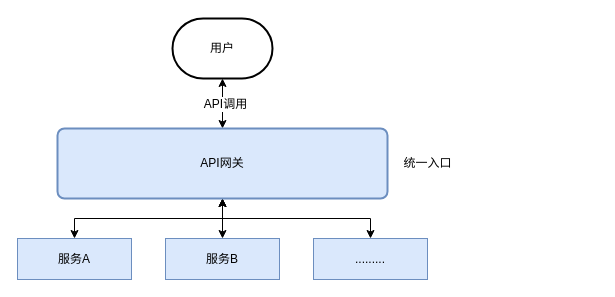
Above: file/drawio/服务网关.drawio in hsiong/project-spring-cloud-alibaba-practice (draw.io), before the change. Source tidied: cells renumbered, new cells numbered last; positions are measured from the earlier drawing's top-left corner, leaving out a move shared by most shapes. Both pictures are drawn from the tidied source at 100%, with x=0, y=0 at pixel (17, 18).
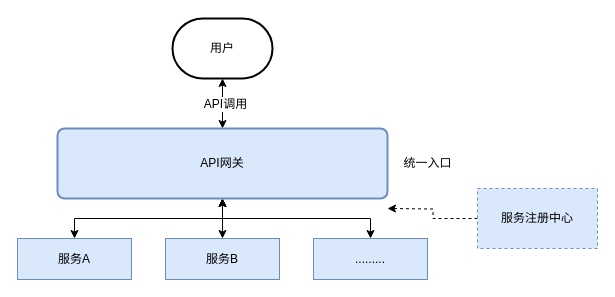
After the change.

What changed in the source:
```diff
@@
 <mxGraphModel>
   <root>
     <mxCell id="0" />
     <mxCell id="1" parent="0" />
     <mxCell id="2" style="edgeStyle=orthogonalEdgeStyle;rounded=0;jettySize=auto;html=1;entryX=0.5;entryY=0;entryDx=0;entryDy=0;startArrow=classic;startFill=1;" parent="1" edge="1" source="4" target="8">
       <mxGeometry relative="1" as="geometry" />
     </mxCell>
     <mxCell id="3" value="API调用" style="edgeLabel;html=1;align=center;verticalAlign=middle;fontSize=12;" parent="2" vertex="1">
       <mxGeometry y="2" relative="1" as="geometry" />
     </mxCell>
     <mxCell id="4" value="用户" style="strokeWidth=2;html=1;shape=mxgraph.flowchart.terminator;whiteSpace=wrap;" parent="1" vertex="1">
       <mxGeometry x="155" width="100" height="60" as="geometry" />
     </mxCell>
     <mxCell id="5" style="edgeStyle=orthogonalEdgeStyle;rounded=0;jettySize=auto;html=1;exitX=0.5;exitY=1;exitDx=0;exitDy=0;startArrow=classic;startFill=1;fontSize=12;" parent="1" edge="1" source="8" target="10">
       <mxGeometry relative="1" as="geometry" />
     </mxCell>
     <mxCell id="6" style="edgeStyle=orthogonalEdgeStyle;rounded=0;jettySize=auto;html=1;exitX=0.5;exitY=1;exitDx=0;exitDy=0;startArrow=classic;startFill=1;fontSize=12;" parent="1" edge="1" source="8" target="11">
       <mxGeometry relative="1" as="geometry" />
     </mxCell>
     <mxCell id="7" style="edgeStyle=orthogonalEdgeStyle;rounded=0;jettySize=auto;html=1;exitX=0.5;exitY=1;exitDx=0;exitDy=0;entryX=0.5;entryY=0;entryDx=0;entryDy=0;startArrow=classic;startFill=1;fontSize=12;" parent="1" edge="1" source="8" target="12">
       <mxGeometry relative="1" as="geometry" />
     </mxCell>
     <mxCell id="8" value="API网关" style="rounded=1;whiteSpace=wrap;html=1;absoluteArcSize=1;arcSize=14;strokeWidth=2;fillColor=#dae8fc;strokeColor=#6c8ebf;" parent="1" vertex="1">
       <mxGeometry x="40" y="110" width="330" height="70" as="geometry" />
     </mxCell>
     <mxCell id="9" value="统一入口" style="text;html=1;align=center;verticalAlign=middle;" parent="1" vertex="1">
       <mxGeometry x="380" y="135" width="60" height="20" as="geometry" />
     </mxCell>
     <mxCell id="10" value="服务A" style="rounded=0;whiteSpace=wrap;html=1;fillColor=#dae8fc;strokeColor=#6c8ebf;fontSize=12;" parent="1" vertex="1">
       <mxGeometry y="220" width="114" height="41" as="geometry" />
     </mxCell>
     <mxCell id="11" value="服务B" style="rounded=0;whiteSpace=wrap;html=1;fillColor=#dae8fc;strokeColor=#6c8ebf;fontSize=12;" parent="1" vertex="1">
       <mxGeometry x="148" y="220" width="114" height="41" as="geometry" />
     </mxCell>
     <mxCell id="12" value="........." style="rounded=0;whiteSpace=wrap;html=1;fillColor=#dae8fc;strokeColor=#6c8ebf;fontSize=12;" parent="1" vertex="1">
       <mxGeometry x="296" y="220" width="114" height="41" as="geometry" />
     </mxCell>
+    <mxCell id="13" style="edgeStyle=orthogonalEdgeStyle;rounded=0;jettySize=auto;html=1;dashed=1;" parent="1" edge="1" source="14">
+      <mxGeometry relative="1" as="geometry">
+        <mxPoint x="370" y="190" as="targetPoint" />
+      </mxGeometry>
+    </mxCell>
+    <mxCell id="14" value="服务注册中心" style="rounded=0;whiteSpace=wrap;html=1;fillColor=#dae8fc;strokeColor=#6c8ebf;dashed=1;" parent="1" vertex="1">
+      <mxGeometry x="460" y="170" width="120" height="60" as="geometry" />
+    </mxCell>
   </root>
 </mxGraphModel>
```
